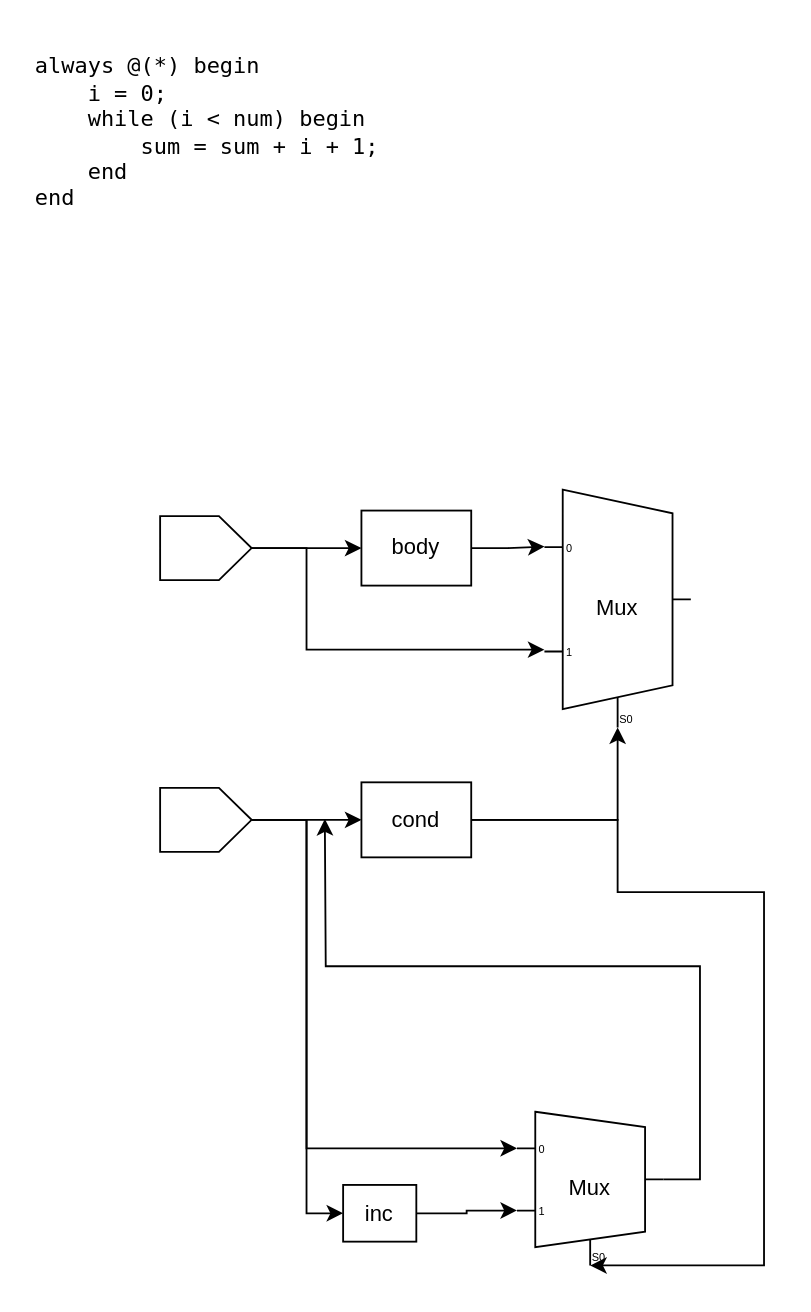
Earlier version of the draw.io diagram verilator_digrams/circuit_diagram.drawio (Dercury/CLDK). Source tidied: cells renumbered, new cells numbered last; positions are measured from the earlier drawing's top-left corner, leaving out a move shared by most shapes. Both pictures are drawn from the tidied source at 183%, with x=0, y=0 at pixel (31, 31).
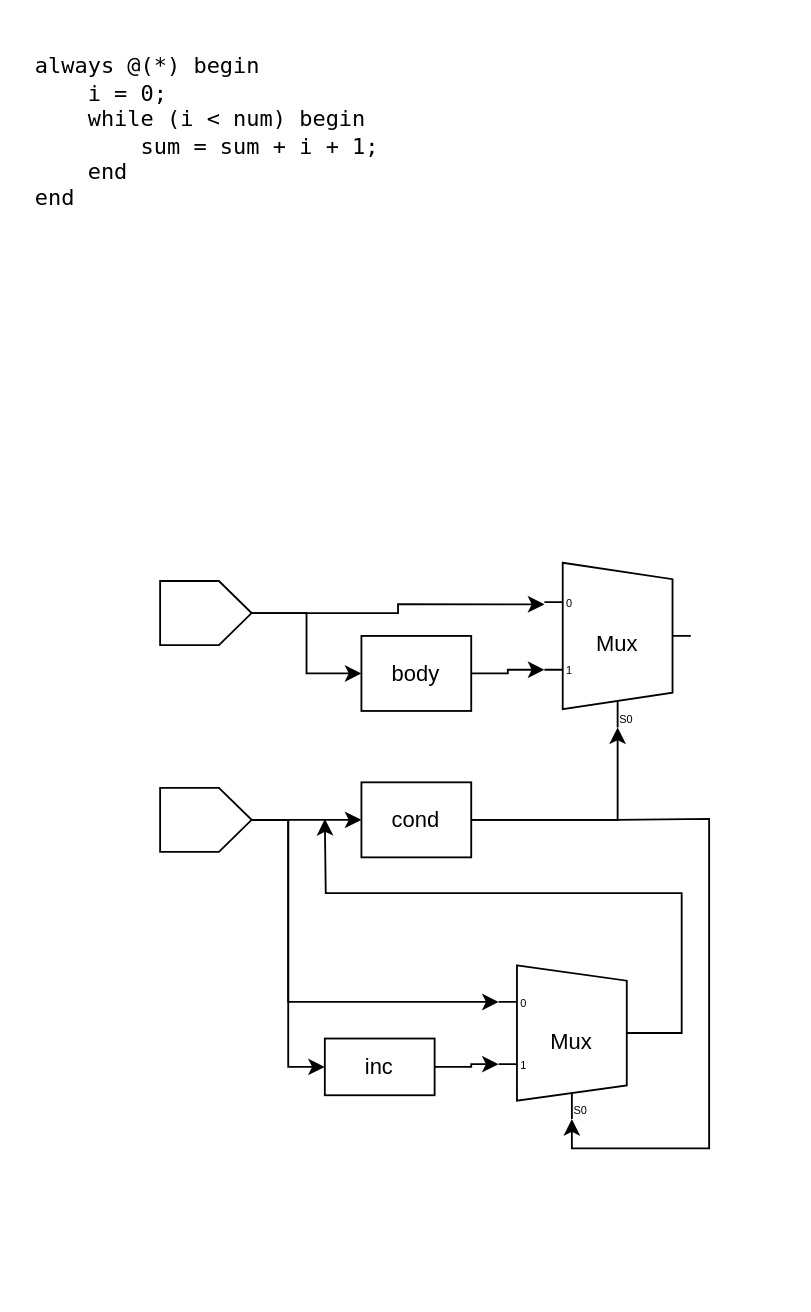
After the change.

Unchanged cells that the change refers to:
```xml
<mxCell id="11" value="cond" style="rounded=0;whiteSpace=wrap;html=1;" parent="1" vertex="1">
  <mxGeometry x="180" y="410" width="60" height="41" as="geometry" />
</mxCell>
<mxCell id="15" style="verticalLabelPosition=bottom;shadow=0;dashed=0;align=center;html=1;verticalAlign=top;shape=mxgraph.electrical.abstract.dac;" parent="1" vertex="1">
  <mxGeometry x="70" y="413" width="50" height="35" as="geometry" />
</mxCell>
```

Diff of the diagram source:
```diff
@@
     <mxCell id="3" value="Mux" style="shadow=0;dashed=0;align=center;html=1;strokeWidth=1;shape=mxgraph.electrical.abstract.mux2;whiteSpace=wrap;flipH=0;flipV=0;" parent="1" vertex="1">
-      <mxGeometry x="280" y="250" width="80" height="130" as="geometry" />
+      <mxGeometry x="280" y="290" width="80" height="90" as="geometry" />
     </mxCell>
-    <mxCell id="4" style="edgeStyle=orthogonalEdgeStyle;rounded=0;jettySize=auto;html=1;entryX=0;entryY=0.21666666666666667;entryDx=0;entryDy=3;entryPerimeter=0;exitX=1;exitY=0.5;exitDx=0;exitDy=0;" parent="1" edge="1" source="8" target="3">
+    <mxCell id="4" style="edgeStyle=orthogonalEdgeStyle;rounded=0;jettySize=auto;html=1;entryX=0;entryY=0.6166666666666667;entryDx=0;entryDy=3;entryPerimeter=0;exitX=1;exitY=0.5;exitDx=0;exitDy=0;" parent="1" edge="1" source="8" target="3">
       <mxGeometry relative="1" as="geometry" />
     </mxCell>
@@
-    <mxCell id="6" style="edgeStyle=orthogonalEdgeStyle;rounded=0;jettySize=auto;html=1;exitX=1;exitY=0.5;exitDx=0;exitDy=0;exitPerimeter=0;entryX=0;entryY=0.65;entryDx=0;entryDy=3;entryPerimeter=0;" parent="1" edge="1" source="7" target="3">
-      <mxGeometry relative="1" as="geometry">
-        <Array as="points">
-          <mxPoint x="150" y="282" />
-          <mxPoint x="150" y="338" />
-          <mxPoint x="280" y="338" />
-        </Array>
-      </mxGeometry>
+    <mxCell id="6" style="edgeStyle=orthogonalEdgeStyle;rounded=0;jettySize=auto;html=1;exitX=1;exitY=0.5;exitDx=0;exitDy=0;exitPerimeter=0;entryX=0;entryY=0.21923076923076923;entryDx=0;entryDy=3;entryPerimeter=0;" parent="1" edge="1" source="7" target="3">
+      <mxGeometry relative="1" as="geometry" />
     </mxCell>
     <mxCell id="7" style="verticalLabelPosition=bottom;shadow=0;dashed=0;align=center;html=1;verticalAlign=top;shape=mxgraph.electrical.abstract.dac;" parent="1" vertex="1">
-      <mxGeometry x="70" y="264.5" width="50" height="35" as="geometry" />
+      <mxGeometry x="70" y="300" width="50" height="35" as="geometry" />
     </mxCell>
     <mxCell id="8" value="body" style="rounded=0;whiteSpace=wrap;html=1;" parent="1" vertex="1">
-      <mxGeometry x="180" y="261.5" width="60" height="41" as="geometry" />
+      <mxGeometry x="180" y="330" width="60" height="41" as="geometry" />
     </mxCell>
@@
     <mxCell id="10" style="edgeStyle=orthogonalEdgeStyle;rounded=0;jettySize=auto;html=1;exitX=1;exitY=0.5;exitDx=0;exitDy=0;entryX=0.375;entryY=1;entryDx=10;entryDy=0;entryPerimeter=0;" parent="1" edge="1" source="11" target="17">
       <mxGeometry relative="1" as="geometry">
         <Array as="points">
           <mxPoint x="320" y="430" />
-          <mxPoint x="320" y="470" />
-          <mxPoint x="400" y="470" />
-          <mxPoint x="400" y="674" />
+          <mxPoint x="370" y="430" />
+          <mxPoint x="370" y="610" />
+          <mxPoint x="295" y="610" />
         </Array>
       </mxGeometry>
     </mxCell>
@@
     <mxCell id="13" style="edgeStyle=orthogonalEdgeStyle;rounded=0;jettySize=auto;html=1;entryX=0;entryY=0.5;entryDx=0;entryDy=0;" parent="1" edge="1" source="15" target="19">
-      <mxGeometry relative="1" as="geometry">
-        <Array as="points">
-          <mxPoint x="150" y="430" />
-          <mxPoint x="150" y="646" />
-        </Array>
-      </mxGeometry>
+      <mxGeometry relative="1" as="geometry" />
     </mxCell>
     <mxCell id="14" style="edgeStyle=orthogonalEdgeStyle;rounded=0;jettySize=auto;html=1;exitX=1;exitY=0.5;exitDx=0;exitDy=0;exitPerimeter=0;entryX=0;entryY=0.20238095238095238;entryDx=0;entryDy=3;entryPerimeter=0;" parent="1" edge="1" source="15" target="17">
       <mxGeometry relative="1" as="geometry">
         <Array as="points">
-          <mxPoint x="150" y="430" />
-          <mxPoint x="150" y="610" />
+          <mxPoint x="140" y="430" />
+          <mxPoint x="140" y="530" />
         </Array>
       </mxGeometry>
     </mxCell>
@@
     <mxCell id="17" value="Mux" style="shadow=0;dashed=0;align=center;html=1;strokeWidth=1;shape=mxgraph.electrical.abstract.mux2;whiteSpace=wrap;flipH=0;flipV=0;" parent="1" vertex="1">
-      <mxGeometry x="265" y="590" width="80" height="84" as="geometry" />
+      <mxGeometry x="255" y="510" width="80" height="84" as="geometry" />
     </mxCell>
@@
     <mxCell id="19" value="inc" style="rounded=0;whiteSpace=wrap;html=1;" parent="1" vertex="1">
-      <mxGeometry x="170" y="630" width="40" height="31" as="geometry" />
+      <mxGeometry x="160" y="550" width="60" height="31" as="geometry" />
     </mxCell>
```
